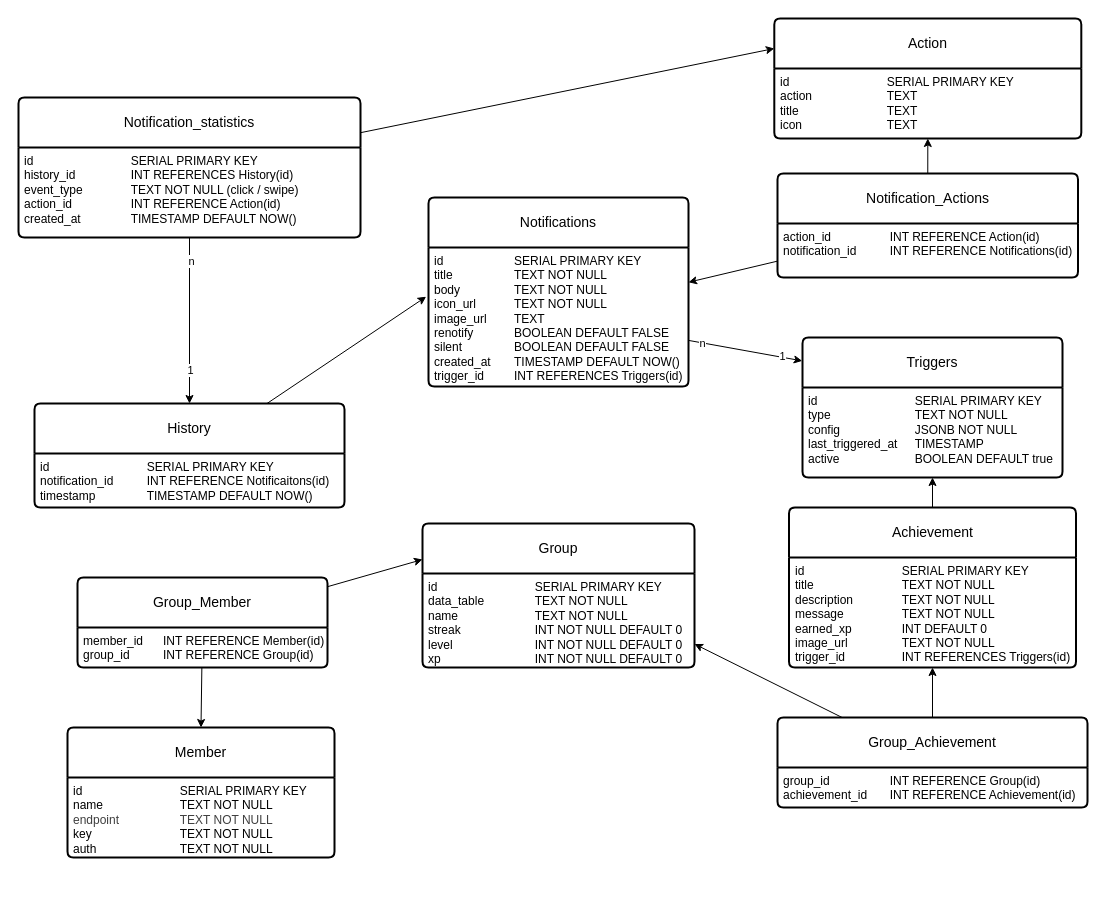
The draw.io diagram Database/database_construction.drawio in olHannes/WebPush-Docs, before the edit. Source tidied: cells renumbered, new cells numbered last; positions are measured from the earlier drawing's top-left corner, leaving out a move shared by most shapes. Both pictures are drawn from the tidied source at 100%, with x=0, y=0 at pixel (18, 18).
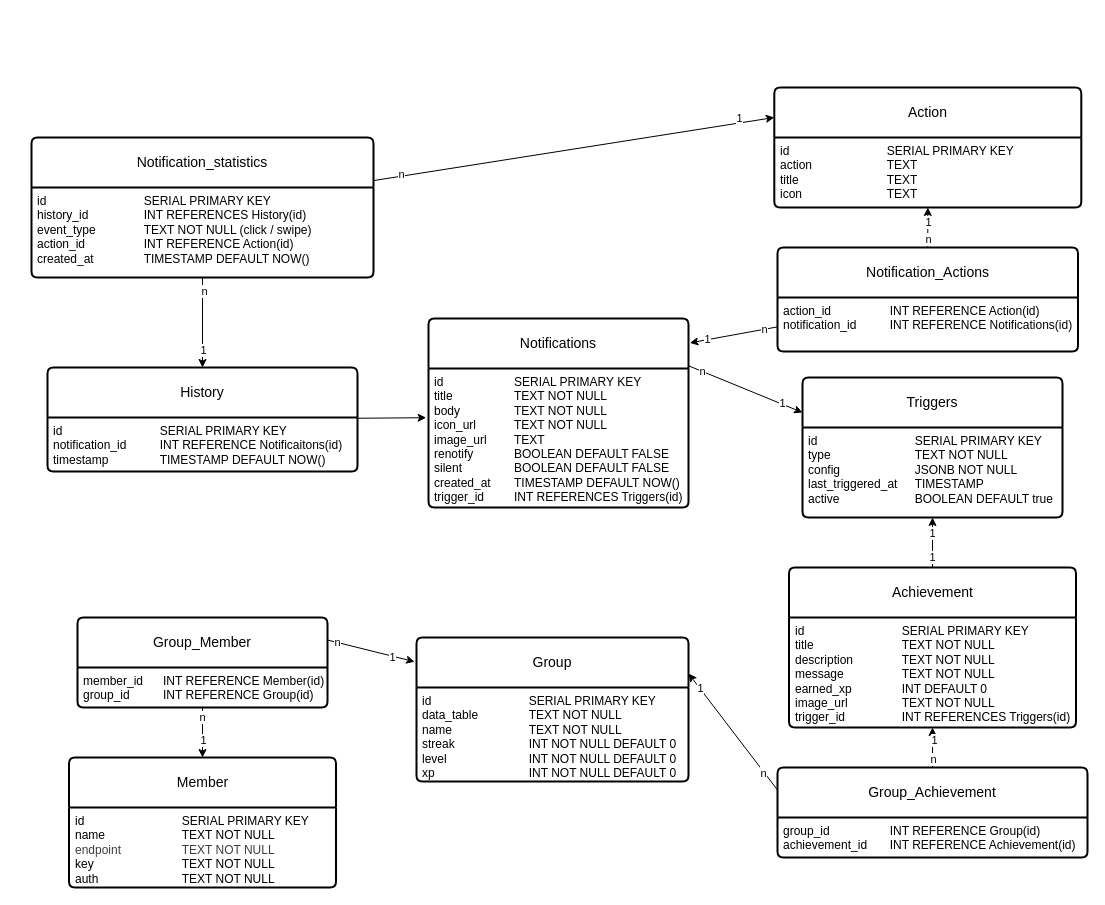
The same diagram, later.

The change refers to these unchanged cells:
```xml
<mxCell id="3" value="id&lt;span style=&quot;white-space: pre;&quot;&gt;&#9;&lt;/span&gt;&lt;span style=&quot;white-space: pre;&quot;&gt;&#9;&lt;/span&gt;&lt;span style=&quot;white-space: pre;&quot;&gt;&#9;&lt;/span&gt;SERIAL PRIMARY KEY&lt;div&gt;title&lt;span style=&quot;white-space: pre;&quot;&gt;&#9;&lt;/span&gt;&lt;span style=&quot;white-space: pre;&quot;&gt;&#9;&lt;/span&gt;&lt;span style=&quot;white-space: pre;&quot;&gt;&#9;&lt;/span&gt;TEXT NOT NULL&lt;/div&gt;&lt;div&gt;body&lt;span style=&quot;white-space: pre;&quot;&gt;&#9;&lt;/span&gt;&lt;span style=&quot;white-space: pre;&quot;&gt;&#9;&lt;/span&gt;TEXT NOT NULL&lt;/div&gt;&lt;div&gt;icon_url&lt;span style=&quot;white-space: pre;&quot;&gt;&#9;&lt;/span&gt;&lt;span style=&quot;white-space: pre;&quot;&gt;&#9;&lt;/span&gt;TEXT NOT NULL&lt;/div&gt;&lt;div&gt;image_url&lt;span style=&quot;white-space: pre;&quot;&gt;&#9;&lt;/span&gt;TEXT&lt;/div&gt;&lt;div&gt;renotify&lt;span style=&quot;white-space: pre;&quot;&gt;&#9;&lt;/span&gt;&lt;span style=&quot;white-space: pre;&quot;&gt;&#9;&lt;/span&gt;BOOLEAN DEFAULT FALSE&lt;/div&gt;&lt;div&gt;silent&lt;span style=&quot;white-space: pre;&quot;&gt;&#9;&lt;/span&gt;&lt;span style=&quot;white-space: pre;&quot;&gt;&#9;&lt;/span&gt;BOOLEAN DEFAULT FALSE&lt;/div&gt;&lt;div&gt;created_at&lt;span style=&quot;white-space: pre;&quot;&gt;&#9;&lt;/span&gt;TIMESTAMP DEFAULT NOW()&lt;/div&gt;&lt;div&gt;trigger_id&lt;span style=&quot;white-space: pre;&quot;&gt;&#9;&lt;/span&gt;&lt;span style=&quot;white-space: pre;&quot;&gt;&#9;&lt;/span&gt;INT REFERENCES Triggers(id)&lt;/div&gt;" style="align=left;strokeColor=none;fillColor=none;spacingLeft=4;fontSize=12;verticalAlign=top;html=1;" parent="2" vertex="1">
  <mxGeometry y="50" width="260" height="139" as="geometry" />
</mxCell>
<mxCell id="9" style="edgeStyle=none;html=1;entryX=0;entryY=0.25;entryDx=0;entryDy=0;" parent="1" edge="1" source="10" target="12">
  <mxGeometry relative="1" as="geometry" />
</mxCell>
<mxCell id="18" value="id&lt;span style=&quot;white-space: pre;&quot;&gt;&#9;&lt;/span&gt;&lt;span style=&quot;white-space: pre;&quot;&gt;&#9;&lt;/span&gt;&lt;span style=&quot;white-space: pre;&quot;&gt;&#9;&lt;span style=&quot;white-space: pre;&quot;&gt;&#9;&lt;/span&gt;&lt;/span&gt;SERIAL PRIMARY KEY&lt;div&gt;data_table&lt;span style=&quot;white-space: pre;&quot;&gt;&#9;&lt;/span&gt;&lt;span style=&quot;white-space: pre;&quot;&gt;&#9;&lt;/span&gt;TEXT NOT NULL&lt;/div&gt;&lt;div&gt;name&lt;span style=&quot;white-space: pre;&quot;&gt;&#9;&lt;/span&gt;&lt;span style=&quot;white-space: pre;&quot;&gt;&#9;&lt;/span&gt;&lt;span style=&quot;white-space: pre;&quot;&gt;&#9;&lt;/span&gt;TEXT NOT NULL&lt;/div&gt;&lt;div&gt;streak&lt;span style=&quot;white-space: pre;&quot;&gt;&#9;&lt;/span&gt;&lt;span style=&quot;white-space: pre;&quot;&gt;&#9;&lt;/span&gt;&lt;span style=&quot;white-space: pre;&quot;&gt;&#9;&lt;/span&gt;INT NOT NULL DEFAULT 0&lt;/div&gt;&lt;div&gt;level&lt;span style=&quot;white-space: pre;&quot;&gt;&#9;&lt;/span&gt;&lt;span style=&quot;white-space: pre;&quot;&gt;&#9;&lt;/span&gt;&lt;span style=&quot;white-space: pre;&quot;&gt;&#9;&lt;/span&gt;&lt;span style=&quot;white-space: pre;&quot;&gt;&#9;&lt;/span&gt;INT NOT NULL DEFAULT 0&lt;/div&gt;&lt;div&gt;xp&lt;span style=&quot;white-space: pre;&quot;&gt;&#9;&lt;/span&gt;&lt;span style=&quot;white-space: pre;&quot;&gt;&#9;&lt;/span&gt;&lt;span style=&quot;white-space: pre;&quot;&gt;&#9;&lt;/span&gt;&lt;span style=&quot;white-space: pre;&quot;&gt;&#9;&lt;/span&gt;INT NOT NULL DEFAULT 0&lt;/div&gt;" style="align=left;strokeColor=none;fillColor=none;spacingLeft=4;fontSize=12;verticalAlign=top;html=1;" parent="17" vertex="1">
  <mxGeometry y="50" width="272" height="94" as="geometry" />
</mxCell>
<mxCell id="19" style="edgeStyle=none;html=1;entryX=0.5;entryY=1;entryDx=0;entryDy=0;" parent="1" edge="1" source="20" target="5">
  <mxGeometry relative="1" as="geometry" />
</mxCell>
<mxCell id="23" style="edgeStyle=none;html=1;entryX=0.5;entryY=1;entryDx=0;entryDy=0;" parent="1" edge="1" source="24" target="21">
  <mxGeometry relative="1" as="geometry" />
</mxCell>
<mxCell id="28" style="edgeStyle=none;html=1;entryX=0.5;entryY=0;entryDx=0;entryDy=0;" parent="1" edge="1" source="30" target="26">
  <mxGeometry relative="1" as="geometry" />
</mxCell>
<mxCell id="35" style="edgeStyle=none;html=1;entryX=0.5;entryY=1;entryDx=0;entryDy=0;" parent="1" edge="1" source="37" target="13">
  <mxGeometry relative="1" as="geometry" />
</mxCell>
```

Diff of the diagram source:
```diff
@@
     <mxCell id="2" value="Notifications" style="swimlane;horizontal=1;startSize=50;rounded=1;fontSize=14;fontStyle=0;strokeWidth=2;shadow=0;dashed=0;align=center;arcSize=4;whiteSpace=wrap;html=1;" parent="1" vertex="1">
-      <mxGeometry x="410" y="179" width="260" height="189" as="geometry" />
+      <mxGeometry x="410" y="300" width="260" height="189" as="geometry" />
     </mxCell>
@@
     <mxCell id="4" value="Triggers" style="swimlane;horizontal=1;startSize=50;rounded=1;fontSize=14;fontStyle=0;strokeWidth=2;shadow=0;dashed=0;align=center;arcSize=4;whiteSpace=wrap;html=1;" parent="1" vertex="1">
-      <mxGeometry x="784" y="319" width="260" height="140" as="geometry" />
+      <mxGeometry x="784" y="359" width="260" height="140" as="geometry" />
     </mxCell>
@@
+    <mxCell id="39" value="n" style="edgeLabel;html=1;align=center;verticalAlign=middle;" parent="9" vertex="1">
+      <mxGeometry x="-0.86" y="2" relative="1" as="geometry" />
+    </mxCell>
+    <mxCell id="40" value="1" style="edgeLabel;html=1;align=center;verticalAlign=middle;" parent="9" vertex="1">
+      <mxGeometry x="0.83" y="5" relative="1" as="geometry" />
+    </mxCell>
     <mxCell id="10" value="Notification_statistics" style="swimlane;horizontal=1;startSize=50;rounded=1;fontSize=14;fontStyle=0;strokeWidth=2;shadow=0;dashed=0;align=center;arcSize=4;whiteSpace=wrap;html=1;" parent="1" vertex="1">
-      <mxGeometry y="79" width="342" height="140" as="geometry" />
+      <mxGeometry x="13" y="119" width="342" height="140" as="geometry" />
     </mxCell>
@@
     <mxCell id="12" value="Action" style="swimlane;horizontal=1;startSize=50;rounded=1;fontSize=14;fontStyle=0;strokeWidth=2;shadow=0;dashed=0;align=center;arcSize=4;whiteSpace=wrap;html=1;" parent="1" vertex="1">
-      <mxGeometry x="755.8" width="307" height="120" as="geometry" />
+      <mxGeometry x="755.8" y="69" width="307" height="120" as="geometry" />
     </mxCell>
@@
-    <mxCell id="14" style="edgeStyle=none;html=1;entryX=-0.001;entryY=0.167;entryDx=0;entryDy=0;entryPerimeter=0;" parent="1" edge="1" source="3" target="4">
+    <mxCell id="14" style="edgeStyle=none;html=1;entryX=0;entryY=0.25;entryDx=0;entryDy=0;exitX=1;exitY=0.25;exitDx=0;exitDy=0;" parent="1" edge="1" source="2" target="4">
       <mxGeometry relative="1" as="geometry" />
     </mxCell>
@@
     <mxCell id="17" value="Group" style="swimlane;horizontal=1;startSize=50;rounded=1;fontSize=14;fontStyle=0;strokeWidth=2;shadow=0;dashed=0;align=center;arcSize=4;whiteSpace=wrap;html=1;" parent="1" vertex="1">
-      <mxGeometry x="404" y="505" width="272" height="144" as="geometry" />
+      <mxGeometry x="398" y="619" width="272" height="144" as="geometry" />
     </mxCell>
@@
+    <mxCell id="41" value="1" style="edgeLabel;html=1;align=center;verticalAlign=middle;" parent="19" vertex="1">
+      <mxGeometry x="-0.55" y="1" relative="1" as="geometry" />
+    </mxCell>
+    <mxCell id="42" value="1" style="edgeLabel;html=1;align=center;verticalAlign=middle;" parent="19" vertex="1">
+      <mxGeometry x="0.41" y="1" relative="1" as="geometry" />
+    </mxCell>
     <mxCell id="20" value="Achievement" style="swimlane;horizontal=1;startSize=50;rounded=1;fontSize=14;fontStyle=0;strokeWidth=2;shadow=0;dashed=0;align=center;arcSize=4;whiteSpace=wrap;html=1;" parent="1" vertex="1">
-      <mxGeometry x="770.5" y="489" width="287" height="160" as="geometry" />
+      <mxGeometry x="770.5" y="549" width="287" height="160" as="geometry" />
     </mxCell>
@@
-    <mxCell id="22" style="edgeStyle=none;html=1;entryX=1;entryY=0.75;entryDx=0;entryDy=0;" parent="1" edge="1" source="24" target="18">
+    <mxCell id="22" style="edgeStyle=none;html=1;entryX=1;entryY=0.25;entryDx=0;entryDy=0;exitX=0;exitY=0.25;exitDx=0;exitDy=0;" parent="1" edge="1" source="24" target="17">
       <mxGeometry relative="1" as="geometry" />
     </mxCell>
+    <mxCell id="43" value="1" style="edgeLabel;html=1;align=center;verticalAlign=middle;" parent="22" vertex="1">
+      <mxGeometry x="0.74" relative="1" as="geometry" />
+    </mxCell>
+    <mxCell id="44" value="n" style="edgeLabel;html=1;align=center;verticalAlign=middle;" parent="22" vertex="1">
+      <mxGeometry x="-0.7" y="1" relative="1" as="geometry" />
+    </mxCell>
@@
+    <mxCell id="45" value="1" style="edgeLabel;html=1;align=center;verticalAlign=middle;" parent="23" vertex="1">
+      <mxGeometry x="0.38" y="-1" relative="1" as="geometry" />
+    </mxCell>
+    <mxCell id="46" value="n" style="edgeLabel;html=1;align=center;verticalAlign=middle;" parent="23" vertex="1">
+      <mxGeometry x="-0.56" relative="1" as="geometry" />
+    </mxCell>
     <mxCell id="24" value="Group_Achievement" style="swimlane;horizontal=1;startSize=50;rounded=1;fontSize=14;fontStyle=0;strokeWidth=2;shadow=0;dashed=0;align=center;arcSize=4;whiteSpace=wrap;html=1;" parent="1" vertex="1">
-      <mxGeometry x="759" y="699" width="310" height="90" as="geometry" />
+      <mxGeometry x="759" y="749" width="310" height="90" as="geometry" />
     </mxCell>
@@
     <mxCell id="26" value="Member" style="swimlane;horizontal=1;startSize=50;rounded=1;fontSize=14;fontStyle=0;strokeWidth=2;shadow=0;dashed=0;align=center;arcSize=4;whiteSpace=wrap;html=1;" parent="1" vertex="1">
-      <mxGeometry x="49" y="709" width="267" height="130" as="geometry" />
+      <mxGeometry x="50.5" y="739" width="267" height="130" as="geometry" />
     </mxCell>
@@
+    <mxCell id="47" value="n" style="edgeLabel;html=1;align=center;verticalAlign=middle;" parent="28" vertex="1">
+      <mxGeometry x="-0.63" y="-1" relative="1" as="geometry" />
+    </mxCell>
+    <mxCell id="48" value="1" style="edgeLabel;html=1;align=center;verticalAlign=middle;" parent="28" vertex="1">
+      <mxGeometry x="0.27" relative="1" as="geometry" />
+    </mxCell>
-    <mxCell id="29" style="edgeStyle=none;html=1;entryX=0;entryY=0.25;entryDx=0;entryDy=0;" parent="1" edge="1" source="30" target="17">
+    <mxCell id="29" style="edgeStyle=none;html=1;entryX=-0.007;entryY=0.168;entryDx=0;entryDy=0;exitX=1;exitY=0.25;exitDx=0;exitDy=0;entryPerimeter=0;" parent="1" edge="1" source="30" target="17">
       <mxGeometry relative="1" as="geometry" />
     </mxCell>
+    <mxCell id="49" value="1" style="edgeLabel;html=1;align=center;verticalAlign=middle;" parent="29" vertex="1">
+      <mxGeometry x="0.5" y="-1" relative="1" as="geometry" />
+    </mxCell>
+    <mxCell id="50" value="n" style="edgeLabel;html=1;align=center;verticalAlign=middle;" parent="29" vertex="1">
+      <mxGeometry x="-0.78" relative="1" as="geometry" />
+    </mxCell>
     <mxCell id="30" value="Group_Member" style="swimlane;horizontal=1;startSize=50;rounded=1;fontSize=14;fontStyle=0;strokeWidth=2;shadow=0;dashed=0;align=center;arcSize=4;whiteSpace=wrap;html=1;" parent="1" vertex="1">
-      <mxGeometry x="59" y="559" width="250" height="90" as="geometry" />
+      <mxGeometry x="59" y="599" width="250" height="90" as="geometry" />
     </mxCell>
@@
     <mxCell id="32" value="History" style="swimlane;horizontal=1;startSize=50;rounded=1;fontSize=14;fontStyle=0;strokeWidth=2;shadow=0;dashed=0;align=center;arcSize=4;whiteSpace=wrap;html=1;" parent="1" vertex="1">
-      <mxGeometry x="16" y="385" width="310" height="104" as="geometry" />
+      <mxGeometry x="29" y="349" width="310" height="104" as="geometry" />
     </mxCell>
@@
+    <mxCell id="51" value="1" style="edgeLabel;html=1;align=center;verticalAlign=middle;" parent="35" vertex="1">
+      <mxGeometry x="0.32" relative="1" as="geometry" />
+    </mxCell>
+    <mxCell id="52" value="n" style="edgeLabel;html=1;align=center;verticalAlign=middle;" parent="35" vertex="1">
+      <mxGeometry x="-0.55" relative="1" as="geometry" />
+    </mxCell>
-    <mxCell id="36" style="edgeStyle=none;html=1;entryX=1;entryY=0.25;entryDx=0;entryDy=0;" parent="1" edge="1" source="37" target="3">
+    <mxCell id="36" style="edgeStyle=none;html=1;entryX=1.005;entryY=0.129;entryDx=0;entryDy=0;entryPerimeter=0;" parent="1" edge="1" source="37" target="2">
       <mxGeometry relative="1" as="geometry" />
     </mxCell>
+    <mxCell id="53" value="1" style="edgeLabel;html=1;align=center;verticalAlign=middle;" parent="36" vertex="1">
+      <mxGeometry x="0.6" y="-1" relative="1" as="geometry" />
+    </mxCell>
+    <mxCell id="54" value="n" style="edgeLabel;html=1;align=center;verticalAlign=middle;" parent="36" vertex="1">
+      <mxGeometry x="-0.68" relative="1" as="geometry" />
+    </mxCell>
     <mxCell id="37" value="Notification_Actions" style="swimlane;horizontal=1;startSize=50;rounded=1;fontSize=14;fontStyle=0;strokeWidth=2;shadow=0;dashed=0;align=center;arcSize=4;whiteSpace=wrap;html=1;" parent="1" vertex="1">
-      <mxGeometry x="759" y="155" width="300.5" height="104" as="geometry" />
+      <mxGeometry x="759" y="229" width="300.5" height="104" as="geometry" />
     </mxCell>
```
